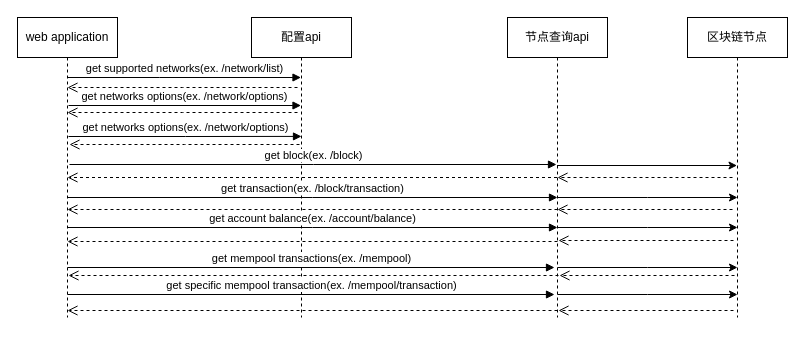
The draw.io diagram api_spec.drawio in chixiaowen/drawio, before the edit. Source tidied: cells renumbered, new cells numbered last; positions are measured from the earlier drawing's top-left corner, leaving out a move shared by most shapes. Both pictures are drawn from the tidied source at 100%, with x=0, y=0 at pixel (17, 17).
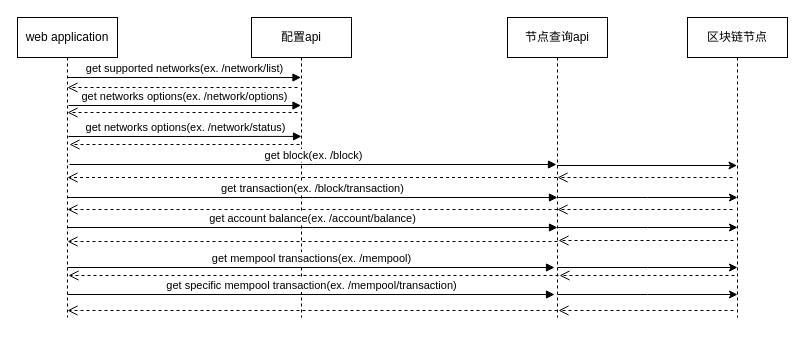
Above is the later version.

Diff of the diagram source:
```diff
@@
-    <mxCell id="6" value="get networks options(ex. /network/options)" style="html=1;verticalAlign=bottom;endArrow=block;edgeStyle=elbowEdgeStyle;elbow=horizontal;curved=0;rounded=0;entryX=0.5;entryY=0.383;entryDx=0;entryDy=0;entryPerimeter=0;" parent="1" edge="1">
+    <mxCell id="6" value="get networks options(ex. /network/status)" style="html=1;verticalAlign=bottom;endArrow=block;edgeStyle=elbowEdgeStyle;elbow=horizontal;curved=0;rounded=0;entryX=0.5;entryY=0.383;entryDx=0;entryDy=0;entryPerimeter=0;" parent="1" edge="1">
       <mxGeometry relative="1" as="geometry">
         <mxPoint x="51" y="119" as="sourcePoint" />
         <mxPoint x="284" y="118.9" as="targetPoint" />
       </mxGeometry>
     </mxCell>
```
